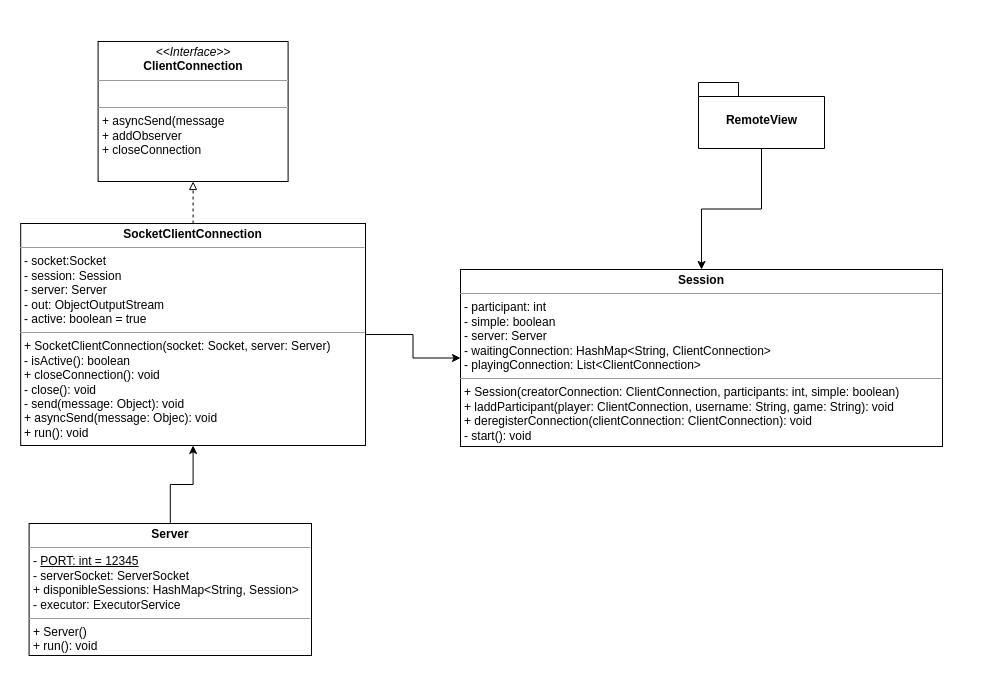
The draw.io diagram UML/Server.drawio in peppetort/POLIMI_SE_19-20_santorini, before the edit. Source tidied: cells renumbered, new cells numbered last; positions are measured from the earlier drawing's top-left corner, leaving out a move shared by most shapes. Both pictures are drawn from the tidied source at 100%, with x=0, y=0 at pixel (20, 41).
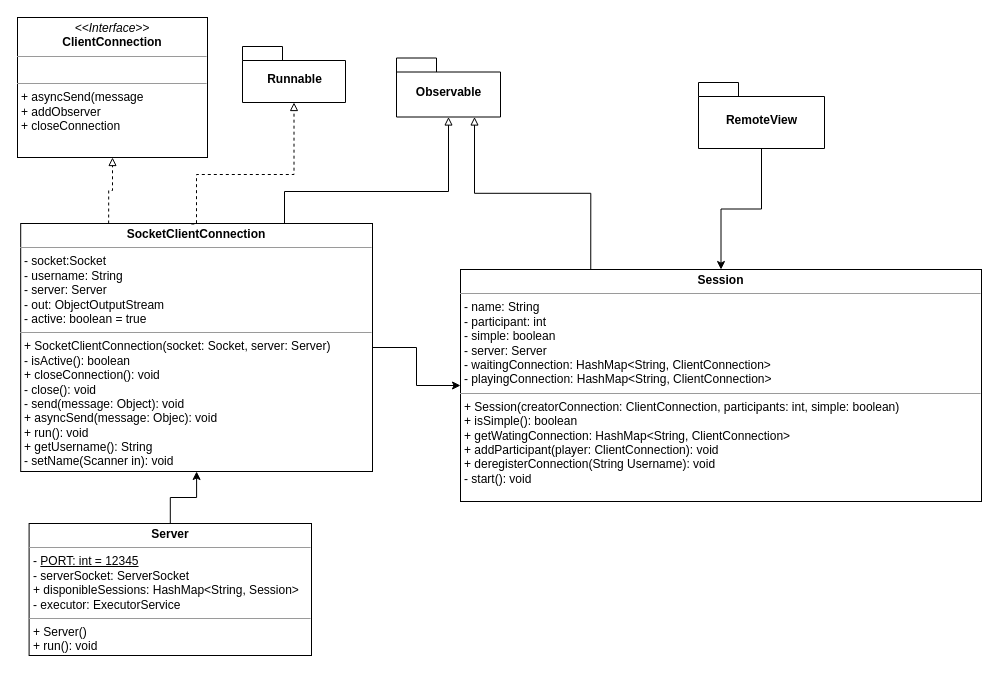
Above is the later version.

Change to the diagram source:
```diff
@@
 <mxGraphModel>
   <root>
     <mxCell id="0" />
     <mxCell id="1" parent="0" />
     <mxCell id="2" value="&lt;p style=&quot;margin: 0px ; margin-top: 4px ; text-align: center&quot;&gt;&lt;b&gt;Server&lt;/b&gt;&lt;/p&gt;&lt;hr size=&quot;1&quot;&gt;&lt;p style=&quot;margin: 0px ; margin-left: 4px&quot;&gt;&lt;span&gt;-&amp;nbsp;&lt;/span&gt;&lt;u&gt;PORT: int = 12345&lt;/u&gt;&lt;br&gt;&lt;/p&gt;&lt;p style=&quot;margin: 0px ; margin-left: 4px&quot;&gt;- serverSocket: ServerSocket&lt;/p&gt;&lt;p style=&quot;margin: 0px ; margin-left: 4px&quot;&gt;+ disponibleSessions: HashMap&amp;lt;String, Session&amp;gt;&lt;/p&gt;&lt;p style=&quot;margin: 0px ; margin-left: 4px&quot;&gt;- executor: ExecutorService&lt;/p&gt;&lt;hr size=&quot;1&quot;&gt;&lt;p style=&quot;margin: 0px ; margin-left: 4px&quot;&gt;+ Server()&lt;/p&gt;&lt;p style=&quot;margin: 0px ; margin-left: 4px&quot;&gt;&lt;span&gt;+ run(): void&lt;/span&gt;&lt;br&gt;&lt;/p&gt;" style="verticalAlign=top;align=left;overflow=fill;fontSize=12;fontFamily=Helvetica;html=1;" parent="1" vertex="1">
       <mxGeometry x="8.6" y="482" width="282.4" height="132" as="geometry" />
     </mxCell>
-    <mxCell id="3" style="edgeStyle=orthogonalEdgeStyle;rounded=0;jettySize=auto;html=1;entryX=0.5;entryY=1;entryDx=0;entryDy=0;endArrow=block;endFill=0;dashed=1;exitX=0.5;exitY=0;exitDx=0;exitDy=0;" parent="1" edge="1" source="5" target="6">
+    <mxCell id="3" style="edgeStyle=orthogonalEdgeStyle;rounded=0;jettySize=auto;html=1;entryX=0.5;entryY=1;entryDx=0;entryDy=0;endArrow=block;endFill=0;dashed=1;exitX=0.25;exitY=0;exitDx=0;exitDy=0;" parent="1" edge="1" source="5" target="6">
       <mxGeometry relative="1" as="geometry" />
     </mxCell>
     <mxCell id="4" style="edgeStyle=orthogonalEdgeStyle;rounded=0;jettySize=auto;html=1;endArrow=classic;endFill=1;" parent="1" edge="1" source="5" target="8">
       <mxGeometry relative="1" as="geometry" />
     </mxCell>
-    <mxCell id="5" value="&lt;p style=&quot;margin: 0px ; margin-top: 4px ; text-align: center&quot;&gt;&lt;b&gt;SocketClientConnection&lt;/b&gt;&lt;/p&gt;&lt;hr size=&quot;1&quot;&gt;&lt;p style=&quot;margin: 0px ; margin-left: 4px&quot;&gt;- socket:Socket&lt;/p&gt;&lt;p style=&quot;margin: 0px ; margin-left: 4px&quot;&gt;- session: Session&lt;/p&gt;&lt;p style=&quot;margin: 0px ; margin-left: 4px&quot;&gt;- server: Server&lt;/p&gt;&lt;p style=&quot;margin: 0px ; margin-left: 4px&quot;&gt;- out: ObjectOutputStream&lt;/p&gt;&lt;p style=&quot;margin: 0px ; margin-left: 4px&quot;&gt;- active: boolean = true&lt;/p&gt;&lt;hr size=&quot;1&quot;&gt;&lt;p style=&quot;margin: 0px ; margin-left: 4px&quot;&gt;+ SocketClientConnection(socket: Socket, server: Server)&lt;/p&gt;&lt;p style=&quot;margin: 0px ; margin-left: 4px&quot;&gt;- isActive(): boolean&lt;/p&gt;&lt;p style=&quot;margin: 0px ; margin-left: 4px&quot;&gt;+ closeConnection(): void&lt;/p&gt;&lt;p style=&quot;margin: 0px ; margin-left: 4px&quot;&gt;- close(): void&lt;/p&gt;&lt;p style=&quot;margin: 0px ; margin-left: 4px&quot;&gt;- send(message: Object): void&lt;/p&gt;&lt;p style=&quot;margin: 0px ; margin-left: 4px&quot;&gt;+ asyncSend(message: Objec): void&lt;/p&gt;&lt;p style=&quot;margin: 0px ; margin-left: 4px&quot;&gt;+ run(): void&lt;/p&gt;" style="verticalAlign=top;align=left;overflow=fill;fontSize=12;fontFamily=Helvetica;html=1;" parent="1" vertex="1">
-      <mxGeometry x="0.2" y="182" width="344.8" height="222" as="geometry" />
+    <mxCell id="5" value="&lt;p style=&quot;margin: 0px ; margin-top: 4px ; text-align: center&quot;&gt;&lt;b&gt;SocketClientConnection&lt;/b&gt;&lt;/p&gt;&lt;hr size=&quot;1&quot;&gt;&lt;p style=&quot;margin: 0px ; margin-left: 4px&quot;&gt;- socket:Socket&lt;/p&gt;&lt;p style=&quot;margin: 0px ; margin-left: 4px&quot;&gt;- username: String&lt;/p&gt;&lt;p style=&quot;margin: 0px ; margin-left: 4px&quot;&gt;- server: Server&lt;/p&gt;&lt;p style=&quot;margin: 0px ; margin-left: 4px&quot;&gt;- out: ObjectOutputStream&lt;/p&gt;&lt;p style=&quot;margin: 0px ; margin-left: 4px&quot;&gt;- active: boolean = true&lt;/p&gt;&lt;hr size=&quot;1&quot;&gt;&lt;p style=&quot;margin: 0px ; margin-left: 4px&quot;&gt;+ SocketClientConnection(socket: Socket, server: Server)&lt;/p&gt;&lt;p style=&quot;margin: 0px ; margin-left: 4px&quot;&gt;- isActive(): boolean&lt;/p&gt;&lt;p style=&quot;margin: 0px ; margin-left: 4px&quot;&gt;+ closeConnection(): void&lt;/p&gt;&lt;p style=&quot;margin: 0px ; margin-left: 4px&quot;&gt;- close(): void&lt;/p&gt;&lt;p style=&quot;margin: 0px ; margin-left: 4px&quot;&gt;- send(message: Object): void&lt;/p&gt;&lt;p style=&quot;margin: 0px ; margin-left: 4px&quot;&gt;+ asyncSend(message: Objec): void&lt;/p&gt;&lt;p style=&quot;margin: 0px ; margin-left: 4px&quot;&gt;+ run(): void&lt;/p&gt;&lt;p style=&quot;margin: 0px ; margin-left: 4px&quot;&gt;+ getUsername(): String&lt;/p&gt;&lt;p style=&quot;margin: 0px ; margin-left: 4px&quot;&gt;- setName(Scanner in): void&lt;/p&gt;&lt;p style=&quot;margin: 0px ; margin-left: 4px&quot;&gt;&lt;br&gt;&lt;/p&gt;" style="verticalAlign=top;align=left;overflow=fill;fontSize=12;fontFamily=Helvetica;html=1;" parent="1" vertex="1">
+      <mxGeometry x="0.2" y="182" width="351.8" height="248" as="geometry" />
     </mxCell>
     <mxCell id="6" value="&lt;p style=&quot;margin: 0px ; margin-top: 4px ; text-align: center&quot;&gt;&lt;i&gt;&amp;lt;&amp;lt;Interface&amp;gt;&amp;gt;&lt;/i&gt;&lt;br&gt;&lt;b&gt;ClientConnection&lt;/b&gt;&lt;/p&gt;&lt;hr size=&quot;1&quot;&gt;&lt;p style=&quot;margin: 0px ; margin-left: 4px&quot;&gt;&lt;br&gt;&lt;/p&gt;&lt;hr size=&quot;1&quot;&gt;&lt;p style=&quot;margin: 0px ; margin-left: 4px&quot;&gt;+ asyncSend(message&lt;/p&gt;&lt;p style=&quot;margin: 0px ; margin-left: 4px&quot;&gt;+ addObserver&lt;/p&gt;&lt;p style=&quot;margin: 0px ; margin-left: 4px&quot;&gt;+ closeConnection&lt;/p&gt;" style="verticalAlign=top;align=left;overflow=fill;fontSize=12;fontFamily=Helvetica;html=1;" parent="1" vertex="1">
-      <mxGeometry x="77.6" width="190" height="140" as="geometry" />
+      <mxGeometry x="-3" y="-24" width="190" height="140" as="geometry" />
     </mxCell>
     <mxCell id="7" style="edgeStyle=orthogonalEdgeStyle;rounded=0;jettySize=auto;html=1;endArrow=classic;endFill=1;" parent="1" edge="1" source="2" target="5">
       <mxGeometry relative="1" as="geometry" />
     </mxCell>
-    <mxCell id="8" value="&lt;p style=&quot;margin: 0px ; margin-top: 4px ; text-align: center&quot;&gt;&lt;b&gt;Session&lt;/b&gt;&lt;/p&gt;&lt;hr size=&quot;1&quot;&gt;&lt;p style=&quot;margin: 0px 0px 0px 4px&quot;&gt;- participant: int&lt;/p&gt;&lt;p style=&quot;margin: 0px 0px 0px 4px&quot;&gt;- simple: boolean&lt;/p&gt;&lt;p style=&quot;margin: 0px 0px 0px 4px&quot;&gt;- server: Server&lt;/p&gt;&lt;p style=&quot;margin: 0px 0px 0px 4px&quot;&gt;- waitingConnection: HashMap&amp;lt;String, ClientConnection&amp;gt;&lt;/p&gt;&lt;p style=&quot;margin: 0px 0px 0px 4px&quot;&gt;- playingConnection: List&amp;lt;ClientConnection&amp;gt;&lt;/p&gt;&lt;hr size=&quot;1&quot;&gt;&lt;p style=&quot;margin: 0px 0px 0px 4px&quot;&gt;+ Session(creatorConnection: ClientConnection, participants: int, simple: boolean)&lt;/p&gt;&lt;p style=&quot;margin: 0px 0px 0px 4px&quot;&gt;+&amp;nbsp;&lt;span&gt;laddParticipant(player: ClientConnection, username: String, game: String): void&lt;/span&gt;&lt;/p&gt;&lt;p style=&quot;margin: 0px 0px 0px 4px&quot;&gt;&lt;span&gt;+ deregisterConnection(clientConnection: ClientConnection): void&lt;/span&gt;&lt;/p&gt;&lt;div&gt;&lt;p style=&quot;margin: 0px 0px 0px 4px&quot;&gt;- start(): void&lt;/p&gt;&lt;/div&gt;&lt;div&gt;&lt;br&gt;&lt;/div&gt;" style="verticalAlign=top;align=left;overflow=fill;fontSize=12;fontFamily=Helvetica;html=1;" parent="1" vertex="1">
-      <mxGeometry x="440" y="228" width="482" height="177" as="geometry" />
+    <mxCell id="8" value="&lt;p style=&quot;margin: 0px ; margin-top: 4px ; text-align: center&quot;&gt;&lt;b&gt;Session&lt;/b&gt;&lt;/p&gt;&lt;hr size=&quot;1&quot;&gt;&lt;p style=&quot;margin: 0px 0px 0px 4px&quot;&gt;- name: String&lt;/p&gt;&lt;p style=&quot;margin: 0px 0px 0px 4px&quot;&gt;- participant: int&lt;/p&gt;&lt;p style=&quot;margin: 0px 0px 0px 4px&quot;&gt;- simple: boolean&lt;/p&gt;&lt;p style=&quot;margin: 0px 0px 0px 4px&quot;&gt;- server: Server&lt;/p&gt;&lt;p style=&quot;margin: 0px 0px 0px 4px&quot;&gt;- waitingConnection: HashMap&amp;lt;String, ClientConnection&amp;gt;&lt;/p&gt;&lt;p style=&quot;margin: 0px 0px 0px 4px&quot;&gt;- playingConnection: HashMap&amp;lt;String, ClientConnection&amp;gt;&lt;/p&gt;&lt;hr size=&quot;1&quot;&gt;&lt;p style=&quot;margin: 0px 0px 0px 4px&quot;&gt;+ Session(creatorConnection: ClientConnection, participants: int, simple: boolean)&lt;/p&gt;&lt;p style=&quot;margin: 0px 0px 0px 4px&quot;&gt;+ isSimple(): boolean&lt;/p&gt;&lt;p style=&quot;margin: 0px 0px 0px 4px&quot;&gt;+ getWatingConnection: HashMap&amp;lt;String, ClientConnection&amp;gt;&lt;/p&gt;&lt;p style=&quot;margin: 0px 0px 0px 4px&quot;&gt;+&amp;nbsp;&lt;span&gt;addParticipant(player: ClientConnection): void&lt;/span&gt;&lt;/p&gt;&lt;p style=&quot;margin: 0px 0px 0px 4px&quot;&gt;&lt;span&gt;+ deregisterConnection(String Username): void&lt;/span&gt;&lt;/p&gt;&lt;div&gt;&lt;p style=&quot;margin: 0px 0px 0px 4px&quot;&gt;- start(): void&lt;/p&gt;&lt;/div&gt;&lt;div&gt;&lt;br&gt;&lt;/div&gt;" style="verticalAlign=top;align=left;overflow=fill;fontSize=12;fontFamily=Helvetica;html=1;" parent="1" vertex="1">
+      <mxGeometry x="440" y="228" width="521" height="232" as="geometry" />
     </mxCell>
     <mxCell id="9" style="edgeStyle=orthogonalEdgeStyle;rounded=0;jettySize=auto;html=1;" parent="1" edge="1" source="10" target="8">
       <mxGeometry relative="1" as="geometry" />
     </mxCell>
     <mxCell id="10" value="RemoteView" style="shape=folder;fontStyle=1;spacingTop=10;tabWidth=40;tabHeight=14;tabPosition=left;html=1;" parent="1" vertex="1">
       <mxGeometry x="678" y="41" width="126" height="66" as="geometry" />
     </mxCell>
+    <mxCell id="11" value="Runnable" style="shape=folder;fontStyle=1;spacingTop=10;tabWidth=40;tabHeight=14;tabPosition=left;html=1;" parent="1" vertex="1">
+      <mxGeometry x="222" y="5" width="103" height="56" as="geometry" />
+    </mxCell>
+    <mxCell id="12" value="Observable" style="shape=folder;fontStyle=1;spacingTop=10;tabWidth=40;tabHeight=14;tabPosition=left;html=1;" parent="1" vertex="1">
+      <mxGeometry x="376" y="16.5" width="104" height="59" as="geometry" />
+    </mxCell>
+    <mxCell id="13" style="edgeStyle=orthogonalEdgeStyle;rounded=0;jettySize=auto;html=1;entryX=0.5;entryY=1;entryDx=0;entryDy=0;endArrow=block;endFill=0;dashed=1;entryPerimeter=0;exitX=0.485;exitY=0.002;exitDx=0;exitDy=0;exitPerimeter=0;" parent="1" edge="1" source="5" target="11">
+      <mxGeometry relative="1" as="geometry">
+        <Array as="points">
+          <mxPoint x="176" y="183" />
+          <mxPoint x="176" y="133" />
+          <mxPoint x="274" y="133" />
+        </Array>
+      </mxGeometry>
+    </mxCell>
+    <mxCell id="14" style="edgeStyle=orthogonalEdgeStyle;rounded=0;jettySize=auto;html=1;endArrow=block;endFill=0;" parent="1" edge="1" target="12">
+      <mxGeometry relative="1" as="geometry">
+        <mxPoint x="264" y="182" as="sourcePoint" />
+        <Array as="points">
+          <mxPoint x="264" y="150" />
+          <mxPoint x="428" y="150" />
+        </Array>
+      </mxGeometry>
+    </mxCell>
+    <mxCell id="15" style="edgeStyle=orthogonalEdgeStyle;rounded=0;jettySize=auto;html=1;entryX=0.75;entryY=1;entryDx=0;entryDy=0;endArrow=block;endFill=0;exitX=0.25;exitY=0;exitDx=0;exitDy=0;entryPerimeter=0;" parent="1" edge="1" source="8" target="12">
+      <mxGeometry relative="1" as="geometry" />
+    </mxCell>
   </root>
 </mxGraphModel>
```
